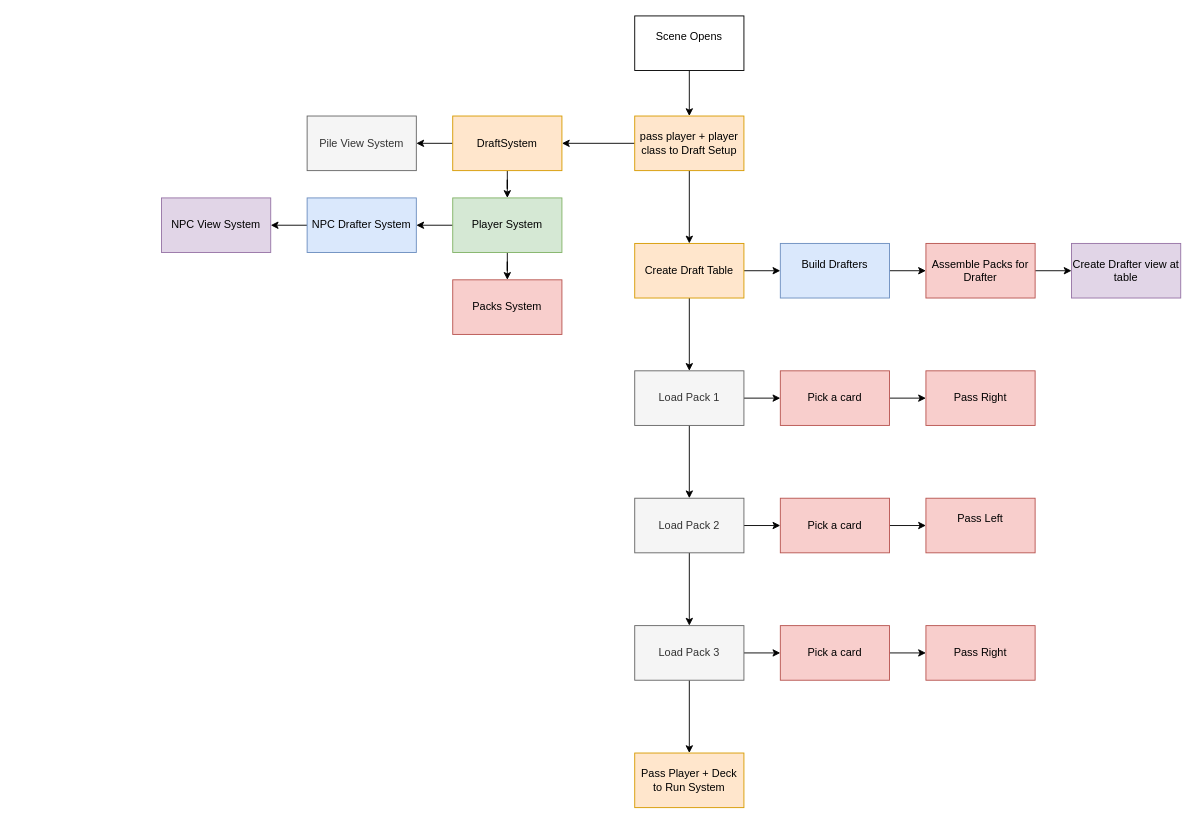
The draw.io diagram Draft.drawio in pavlovsdogus/toodeeptoogreedy, before the edit. Source tidied: cells renumbered, new cells numbered last; positions are measured from the earlier drawing's top-left corner, leaving out a move shared by most shapes. Both pictures are drawn from the tidied source at 91%, with x=0, y=0 at pixel (161, 15).
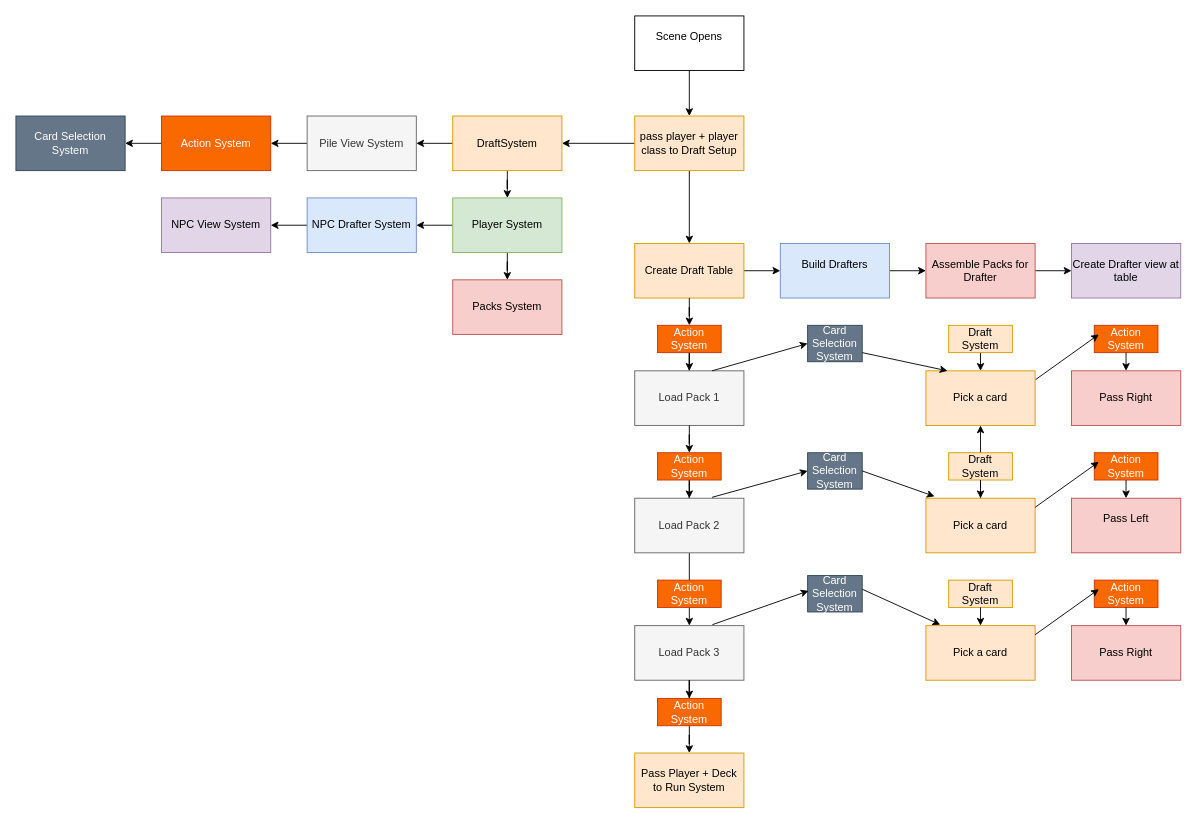
The same diagram, later.

Unchanged cells that the change refers to:
```xml
<mxCell id="11" value="Create Draft Table" style="whiteSpace=wrap;html=1;rounded=0;fillColor=#ffe6cc;strokeColor=#d79b00;" parent="1" vertex="1">
  <mxGeometry x="520" y="250" width="120" height="60" as="geometry" />
</mxCell>
<mxCell id="17" value="Load Pack 1" style="whiteSpace=wrap;html=1;rounded=0;fillColor=#f5f5f5;strokeColor=#666666;fontColor=#333333;" parent="1" vertex="1">
  <mxGeometry x="520" y="390" width="120" height="60" as="geometry" />
</mxCell>
<mxCell id="30" value="Load Pack 2" style="whiteSpace=wrap;html=1;rounded=0;fillColor=#f5f5f5;strokeColor=#666666;fontColor=#333333;" parent="1" vertex="1">
  <mxGeometry x="520" y="530" width="120" height="60" as="geometry" />
</mxCell>
<mxCell id="36" value="Load Pack 3" style="whiteSpace=wrap;html=1;rounded=0;fillColor=#f5f5f5;strokeColor=#666666;fontColor=#333333;" parent="1" vertex="1">
  <mxGeometry x="520" y="670" width="120" height="60" as="geometry" />
</mxCell>
<mxCell id="43" value="Pile View System" style="whiteSpace=wrap;html=1;rounded=0;fillColor=#f5f5f5;strokeColor=#666666;fontColor=#333333;" parent="1" vertex="1">
  <mxGeometry x="160" y="110" width="120" height="60" as="geometry" />
</mxCell>
<mxCell id="44" value="Pass Player + Deck to Run System" style="whiteSpace=wrap;html=1;rounded=0;fillColor=#ffe6cc;strokeColor=#d79b00;" parent="1" vertex="1">
  <mxGeometry x="520" y="810" width="120" height="60" as="geometry" />
</mxCell>
```

What changed in the source:
```diff
@@
-    <mxCell id="10" style="edgeStyle=orthogonalEdgeStyle;rounded=0;jettySize=auto;html=1;" parent="1" edge="1" source="11" target="17">
+    <mxCell id="10" style="edgeStyle=orthogonalEdgeStyle;rounded=0;jettySize=auto;html=1;" parent="1" edge="1" source="50" target="17">
       <mxGeometry relative="1" as="geometry" />
     </mxCell>
@@
-    <mxCell id="15" style="edgeStyle=orthogonalEdgeStyle;rounded=0;jettySize=auto;html=1;" parent="1" edge="1" source="17" target="19">
-      <mxGeometry relative="1" as="geometry" />
-    </mxCell>
-    <mxCell id="16" style="edgeStyle=orthogonalEdgeStyle;rounded=0;jettySize=auto;html=1;" parent="1" edge="1" source="17" target="30">
+    <mxCell id="16" style="edgeStyle=orthogonalEdgeStyle;rounded=0;jettySize=auto;html=1;" parent="1" edge="1" source="52" target="30">
       <mxGeometry relative="1" as="geometry" />
     </mxCell>
@@
-    <mxCell id="18" style="edgeStyle=orthogonalEdgeStyle;rounded=0;jettySize=auto;html=1;" parent="1" edge="1" source="19" target="20">
-      <mxGeometry relative="1" as="geometry" />
-    </mxCell>
-    <mxCell id="19" value="Pick a card" style="whiteSpace=wrap;html=1;rounded=0;fillColor=#f8cecc;strokeColor=#b85450;" parent="1" vertex="1">
-      <mxGeometry x="680" y="390" width="120" height="60" as="geometry" />
-    </mxCell>
     <mxCell id="20" value="Pass Right" style="whiteSpace=wrap;html=1;rounded=0;fillColor=#f8cecc;strokeColor=#b85450;" parent="1" vertex="1">
-      <mxGeometry x="840" y="390" width="120" height="60" as="geometry" />
+      <mxGeometry x="1000" y="390" width="120" height="60" as="geometry" />
     </mxCell>
@@
-    <mxCell id="28" style="edgeStyle=orthogonalEdgeStyle;rounded=0;jettySize=auto;html=1;" parent="1" edge="1" source="30" target="32">
-      <mxGeometry relative="1" as="geometry" />
-    </mxCell>
@@
-    <mxCell id="31" style="edgeStyle=orthogonalEdgeStyle;rounded=0;jettySize=auto;html=1;" parent="1" edge="1" source="32" target="33">
-      <mxGeometry relative="1" as="geometry" />
-    </mxCell>
+    <mxCell id="45" style="edgeStyle=orthogonalEdgeStyle;rounded=0;orthogonalLoop=1;jettySize=auto;html=1;" parent="1" edge="1">
+      <mxGeometry relative="1" as="geometry">
+        <mxPoint x="900" y="530" as="sourcePoint" />
+        <mxPoint x="900" y="450" as="targetPoint" />
+      </mxGeometry>
+    </mxCell>
-    <mxCell id="32" value="Pick a card" style="whiteSpace=wrap;html=1;rounded=0;fillColor=#f8cecc;strokeColor=#b85450;" parent="1" vertex="1">
-      <mxGeometry x="680" y="530" width="120" height="60" as="geometry" />
+    <mxCell id="32" value="Pick a card" style="whiteSpace=wrap;html=1;rounded=0;fillColor=#ffe6cc;strokeColor=#d79b00;" parent="1" vertex="1">
+      <mxGeometry x="840" y="530" width="120" height="60" as="geometry" />
     </mxCell>
     <mxCell id="33" value="&lt;div&gt;Pass Left&lt;/div&gt;&lt;div&gt;&lt;br&gt;&lt;/div&gt;" style="whiteSpace=wrap;html=1;rounded=0;fillColor=#f8cecc;strokeColor=#b85450;" parent="1" vertex="1">
-      <mxGeometry x="840" y="530" width="120" height="60" as="geometry" />
+      <mxGeometry x="1000" y="530" width="120" height="60" as="geometry" />
     </mxCell>
-    <mxCell id="34" style="edgeStyle=orthogonalEdgeStyle;rounded=0;jettySize=auto;html=1;" parent="1" edge="1" source="36" target="38">
-      <mxGeometry relative="1" as="geometry" />
-    </mxCell>
-    <mxCell id="35" style="edgeStyle=orthogonalEdgeStyle;rounded=0;jettySize=auto;html=1;" parent="1" edge="1" source="36" target="44">
+    <mxCell id="35" style="edgeStyle=orthogonalEdgeStyle;rounded=0;jettySize=auto;html=1;" parent="1" edge="1" source="55" target="44">
       <mxGeometry relative="1" as="geometry" />
     </mxCell>
@@
-    <mxCell id="37" style="edgeStyle=orthogonalEdgeStyle;rounded=0;jettySize=auto;html=1;" parent="1" edge="1" source="38" target="39">
-      <mxGeometry relative="1" as="geometry" />
-    </mxCell>
-    <mxCell id="38" value="&lt;div&gt;Pick a card&lt;/div&gt;" style="whiteSpace=wrap;html=1;rounded=0;fillColor=#f8cecc;strokeColor=#b85450;" parent="1" vertex="1">
-      <mxGeometry x="680" y="670" width="120" height="60" as="geometry" />
+    <mxCell id="38" value="&lt;div&gt;Pick a card&lt;/div&gt;" style="whiteSpace=wrap;html=1;rounded=0;fillColor=#ffe6cc;strokeColor=#d79b00;" parent="1" vertex="1">
+      <mxGeometry x="840" y="670" width="120" height="60" as="geometry" />
     </mxCell>
     <mxCell id="39" value="Pass Right" style="whiteSpace=wrap;html=1;rounded=0;fillColor=#f8cecc;strokeColor=#b85450;" parent="1" vertex="1">
-      <mxGeometry x="840" y="670" width="120" height="60" as="geometry" />
+      <mxGeometry x="1000" y="670" width="120" height="60" as="geometry" />
     </mxCell>
@@
+    <mxCell id="46" style="edgeStyle=orthogonalEdgeStyle;rounded=0;jettySize=auto;html=1;" parent="1" edge="1" source="43" target="48">
+      <mxGeometry relative="1" as="geometry" />
+    </mxCell>
@@
+    <mxCell id="47" style="edgeStyle=orthogonalEdgeStyle;rounded=0;jettySize=auto;html=1;" parent="1" edge="1" source="48" target="71">
+      <mxGeometry relative="1" as="geometry" />
+    </mxCell>
+    <mxCell id="48" value="&lt;div&gt;Action System&lt;/div&gt;" style="whiteSpace=wrap;html=1;fillColor=#fa6800;strokeColor=#C73500;fontColor=#FFFFFF;rounded=0;" parent="1" vertex="1">
+      <mxGeometry y="110" width="120" height="60" as="geometry" />
+    </mxCell>
+    <mxCell id="49" style="edgeStyle=orthogonalEdgeStyle;rounded=0;jettySize=auto;html=1;" parent="1" edge="1" source="11" target="50">
+      <mxGeometry relative="1" as="geometry" />
+    </mxCell>
+    <mxCell id="50" value="&lt;div&gt;Action System&lt;/div&gt;" style="whiteSpace=wrap;html=1;fillColor=#fa6800;strokeColor=#C73500;fontColor=#FFFFFF;rounded=0;" parent="1" vertex="1">
+      <mxGeometry x="545" y="340" width="70" height="30" as="geometry" />
+    </mxCell>
+    <mxCell id="51" style="edgeStyle=orthogonalEdgeStyle;rounded=0;jettySize=auto;html=1;" parent="1" edge="1" source="17" target="52">
+      <mxGeometry relative="1" as="geometry" />
+    </mxCell>
+    <mxCell id="52" value="&lt;div&gt;Action System&lt;/div&gt;" style="whiteSpace=wrap;html=1;fillColor=#fa6800;strokeColor=#C73500;fontColor=#FFFFFF;rounded=0;" parent="1" vertex="1">
+      <mxGeometry x="545" y="480" width="70" height="30" as="geometry" />
+    </mxCell>
+    <mxCell id="53" value="&lt;div&gt;Action System&lt;/div&gt;" style="whiteSpace=wrap;html=1;fillColor=#fa6800;strokeColor=#C73500;fontColor=#FFFFFF;rounded=0;" parent="1" vertex="1">
+      <mxGeometry x="545" y="620" width="70" height="30" as="geometry" />
+    </mxCell>
+    <mxCell id="54" style="edgeStyle=orthogonalEdgeStyle;rounded=0;jettySize=auto;html=1;" parent="1" edge="1" source="36" target="55">
+      <mxGeometry relative="1" as="geometry" />
+    </mxCell>
+    <mxCell id="55" value="&lt;div&gt;Action System&lt;/div&gt;" style="whiteSpace=wrap;html=1;fillColor=#fa6800;strokeColor=#C73500;fontColor=#FFFFFF;rounded=0;" parent="1" vertex="1">
+      <mxGeometry x="545" y="750" width="70" height="30" as="geometry" />
+    </mxCell>
+    <mxCell id="56" style="edgeStyle=orthogonalEdgeStyle;rounded=0;jettySize=auto;html=1;entryX=0.5;entryY=0;entryDx=0;entryDy=0;" parent="1" edge="1" source="57">
+      <mxGeometry relative="1" as="geometry">
+        <mxPoint x="900" y="390" as="targetPoint" />
+      </mxGeometry>
+    </mxCell>
+    <mxCell id="57" value="&lt;div&gt;Draft System&lt;/div&gt;" style="whiteSpace=wrap;html=1;fillColor=#ffe6cc;strokeColor=#d79b00;rounded=0;" parent="1" vertex="1">
+      <mxGeometry x="865" y="340" width="70" height="30" as="geometry" />
+    </mxCell>
+    <mxCell id="58" value="&lt;div&gt;Action System&lt;/div&gt;" style="whiteSpace=wrap;html=1;fillColor=#fa6800;strokeColor=#C73500;fontColor=#FFFFFF;rounded=0;" parent="1" vertex="1">
+      <mxGeometry x="1025" y="340" width="70" height="30" as="geometry" />
+    </mxCell>
+    <mxCell id="59" value="&lt;div&gt;Draft System&lt;/div&gt;" style="whiteSpace=wrap;html=1;fillColor=#ffe6cc;strokeColor=#d79b00;rounded=0;" parent="1" vertex="1">
+      <mxGeometry x="865" y="480" width="70" height="30" as="geometry" />
+    </mxCell>
+    <mxCell id="60" value="&lt;div&gt;Action System&lt;/div&gt;" style="whiteSpace=wrap;html=1;fillColor=#fa6800;strokeColor=#C73500;fontColor=#FFFFFF;rounded=0;" parent="1" vertex="1">
+      <mxGeometry x="1025" y="480" width="70" height="30" as="geometry" />
+    </mxCell>
+    <mxCell id="61" value="&lt;div&gt;Draft System&lt;/div&gt;" style="whiteSpace=wrap;html=1;fillColor=#ffe6cc;strokeColor=#d79b00;rounded=0;" parent="1" vertex="1">
+      <mxGeometry x="865" y="620" width="70" height="30" as="geometry" />
+    </mxCell>
+    <mxCell id="62" value="&lt;div&gt;Action System&lt;/div&gt;" style="whiteSpace=wrap;html=1;fillColor=#fa6800;strokeColor=#C73500;fontColor=#FFFFFF;rounded=0;" parent="1" vertex="1">
+      <mxGeometry x="1025" y="620" width="70" height="30" as="geometry" />
+    </mxCell>
+    <mxCell id="63" style="edgeStyle=orthogonalEdgeStyle;rounded=0;orthogonalLoop=1;jettySize=auto;html=1;entryX=0.5;entryY=0;entryDx=0;entryDy=0;" parent="1" edge="1">
+      <mxGeometry relative="1" as="geometry">
+        <mxPoint x="1059.9" y="370" as="sourcePoint" />
+        <mxPoint x="1059.9" y="390" as="targetPoint" />
+      </mxGeometry>
+    </mxCell>
+    <mxCell id="64" style="edgeStyle=orthogonalEdgeStyle;rounded=0;orthogonalLoop=1;jettySize=auto;html=1;entryX=0.5;entryY=0;entryDx=0;entryDy=0;" parent="1" edge="1">
+      <mxGeometry relative="1" as="geometry">
+        <mxPoint x="900" y="510" as="sourcePoint" />
+        <mxPoint x="900" y="530" as="targetPoint" />
+      </mxGeometry>
+    </mxCell>
+    <mxCell id="65" style="edgeStyle=orthogonalEdgeStyle;rounded=0;orthogonalLoop=1;jettySize=auto;html=1;entryX=0.5;entryY=0;entryDx=0;entryDy=0;" parent="1" edge="1">
+      <mxGeometry relative="1" as="geometry">
+        <mxPoint x="1059.9" y="510" as="sourcePoint" />
+        <mxPoint x="1059.9" y="530" as="targetPoint" />
+      </mxGeometry>
+    </mxCell>
+    <mxCell id="66" style="edgeStyle=orthogonalEdgeStyle;rounded=0;orthogonalLoop=1;jettySize=auto;html=1;entryX=0.5;entryY=0;entryDx=0;entryDy=0;" parent="1" edge="1">
+      <mxGeometry relative="1" as="geometry">
+        <mxPoint x="900" y="650" as="sourcePoint" />
+        <mxPoint x="900" y="670" as="targetPoint" />
+      </mxGeometry>
+    </mxCell>
+    <mxCell id="67" style="edgeStyle=orthogonalEdgeStyle;rounded=0;orthogonalLoop=1;jettySize=auto;html=1;entryX=0.5;entryY=0;entryDx=0;entryDy=0;" parent="1" edge="1">
+      <mxGeometry relative="1" as="geometry">
+        <mxPoint x="1059.9" y="650" as="sourcePoint" />
+        <mxPoint x="1059.9" y="670" as="targetPoint" />
+      </mxGeometry>
+    </mxCell>
+    <mxCell id="68" style="endArrow=classic;html=1;rounded=0;" parent="1" edge="1">
+      <mxGeometry relative="1" as="geometry">
+        <mxPoint x="960" y="680" as="sourcePoint" />
+        <mxPoint x="1030" y="630" as="targetPoint" />
+      </mxGeometry>
+    </mxCell>
+    <mxCell id="69" style="endArrow=classic;html=1;rounded=0;" parent="1" edge="1">
+      <mxGeometry relative="1" as="geometry">
+        <mxPoint x="960" y="540" as="sourcePoint" />
+        <mxPoint x="1030" y="490" as="targetPoint" />
+      </mxGeometry>
+    </mxCell>
+    <mxCell id="70" style="endArrow=classic;html=1;rounded=0;" parent="1" edge="1">
+      <mxGeometry relative="1" as="geometry">
+        <mxPoint x="960" y="400" as="sourcePoint" />
+        <mxPoint x="1030" y="350" as="targetPoint" />
+      </mxGeometry>
+    </mxCell>
+    <mxCell id="19" value="Pick a card" style="whiteSpace=wrap;html=1;rounded=0;fillColor=#ffe6cc;strokeColor=#d79b00;" parent="1" vertex="1">
+      <mxGeometry x="840" y="390" width="120" height="60" as="geometry" />
+    </mxCell>
+    <mxCell id="71" value="Card Selection System" style="whiteSpace=wrap;html=1;fillColor=#647687;strokeColor=#314354;fontColor=#ffffff;rounded=0;" parent="1" vertex="1">
+      <mxGeometry x="-160" y="110" width="120" height="60" as="geometry" />
+    </mxCell>
+    <mxCell id="72" value="Card Selection System" style="whiteSpace=wrap;html=1;fillColor=#647687;strokeColor=#314354;fontColor=#ffffff;rounded=0;" parent="1" vertex="1">
+      <mxGeometry x="710" y="340" width="60" height="40" as="geometry" />
+    </mxCell>
+    <mxCell id="73" value="Card Selection System" style="whiteSpace=wrap;html=1;fillColor=#647687;strokeColor=#314354;fontColor=#ffffff;rounded=0;" parent="1" vertex="1">
+      <mxGeometry x="710" y="480" width="60" height="40" as="geometry" />
+    </mxCell>
+    <mxCell id="74" value="Card Selection System" style="whiteSpace=wrap;html=1;fillColor=#647687;strokeColor=#314354;fontColor=#ffffff;rounded=0;" parent="1" vertex="1">
+      <mxGeometry x="710" y="615" width="60" height="40" as="geometry" />
+    </mxCell>
+    <mxCell id="75" style="endArrow=classic;html=1;rounded=0;exitX=0.711;exitY=-0.017;exitDx=0;exitDy=0;exitPerimeter=0;entryX=0.016;entryY=0.42;entryDx=0;entryDy=0;entryPerimeter=0;" parent="1" edge="1" source="36" target="74">
+      <mxGeometry relative="1" as="geometry" />
+    </mxCell>
+    <mxCell id="76" style="endArrow=classic;html=1;rounded=0;exitX=0.711;exitY=-0.017;exitDx=0;exitDy=0;exitPerimeter=0;entryX=0;entryY=0.5;entryDx=0;entryDy=0;" parent="1" edge="1" target="73">
+      <mxGeometry relative="1" as="geometry">
+        <mxPoint x="605" y="529" as="sourcePoint" />
+      </mxGeometry>
+    </mxCell>
+    <mxCell id="77" style="endArrow=classic;html=1;rounded=0;exitX=0.711;exitY=-0.017;exitDx=0;exitDy=0;exitPerimeter=0;entryX=0;entryY=0.5;entryDx=0;entryDy=0;" parent="1" edge="1" target="72">
+      <mxGeometry relative="1" as="geometry">
+        <mxPoint x="605" y="390" as="sourcePoint" />
+      </mxGeometry>
+    </mxCell>
+    <mxCell id="78" style="endArrow=classic;html=1;rounded=0;entryX=0.197;entryY=0;entryDx=0;entryDy=0;entryPerimeter=0;exitX=1;exitY=0.75;exitDx=0;exitDy=0;" parent="1" edge="1" source="72" target="19">
+      <mxGeometry relative="1" as="geometry" />
+    </mxCell>
+    <mxCell id="79" style="endArrow=classic;html=1;rounded=0;entryX=0.079;entryY=-0.033;entryDx=0;entryDy=0;entryPerimeter=0;exitX=1;exitY=0.5;exitDx=0;exitDy=0;" parent="1" edge="1" source="73" target="32">
+      <mxGeometry relative="1" as="geometry" />
+    </mxCell>
+    <mxCell id="80" style="endArrow=classic;html=1;rounded=0;entryX=0.131;entryY=-0.017;entryDx=0;entryDy=0;entryPerimeter=0;exitX=1;exitY=0.375;exitDx=0;exitDy=0;exitPerimeter=0;" parent="1" edge="1" source="74" target="38">
+      <mxGeometry relative="1" as="geometry" />
+    </mxCell>
```
